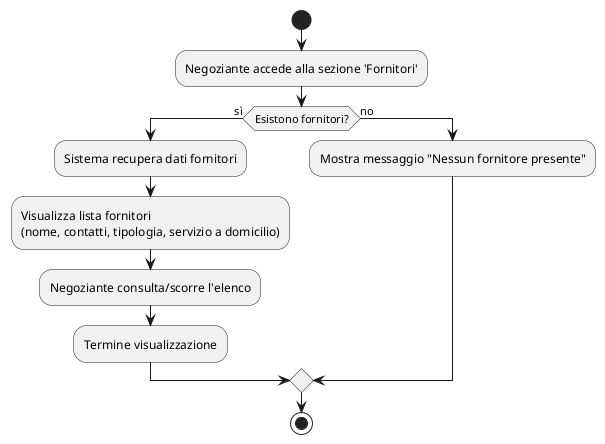
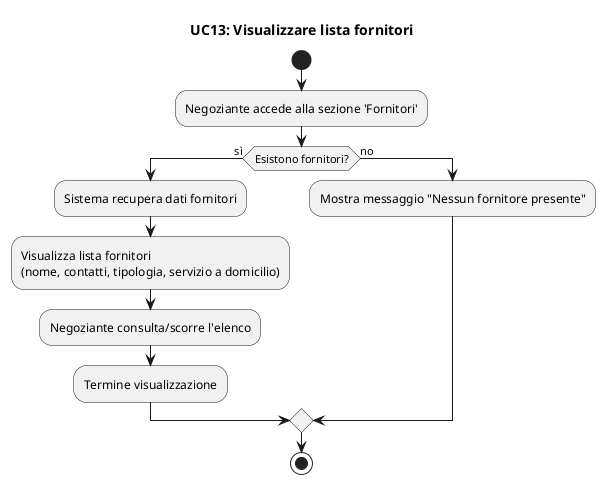
@startuml
+ title UC13: Visualizzare lista fornitori
start
:Negoziante accede alla sezione 'Fornitori';
if (Esistono fornitori?) then (sì)
  :Sistema recupera dati fornitori;
  :Visualizza lista fornitori
  (nome, contatti, tipologia, servizio a domicilio);
  :Negoziante consulta/scorre l'elenco;
  :Termine visualizzazione;
else (no)
  :Mostra messaggio "Nessun fornitore presente";
endif
stop
@enduml